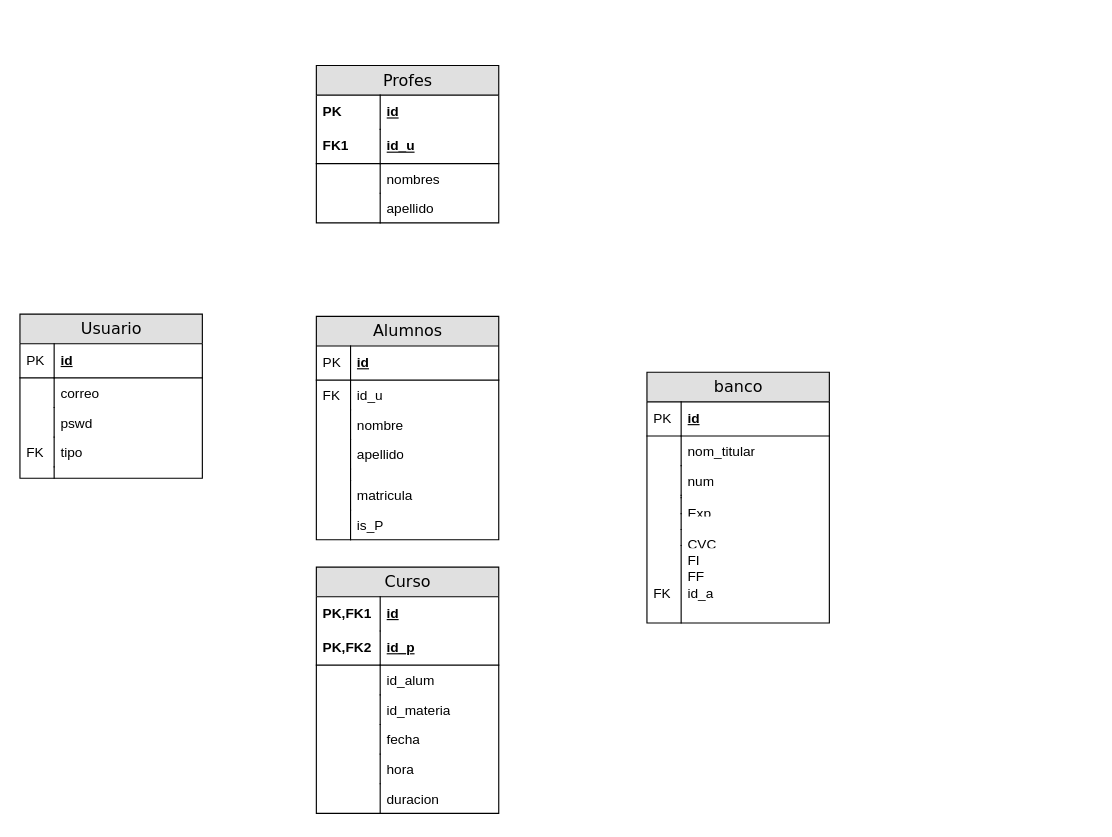
Earlier version of the draw.io diagram Untitled Diagram.drawio (artissce/artissce.github.io). Source tidied: cells renumbered, new cells numbered last; positions are measured from the earlier drawing's top-left corner, leaving out a move shared by most shapes. Both pictures are drawn from the tidied source at 114%, with x=0, y=0 at pixel (19, 65).
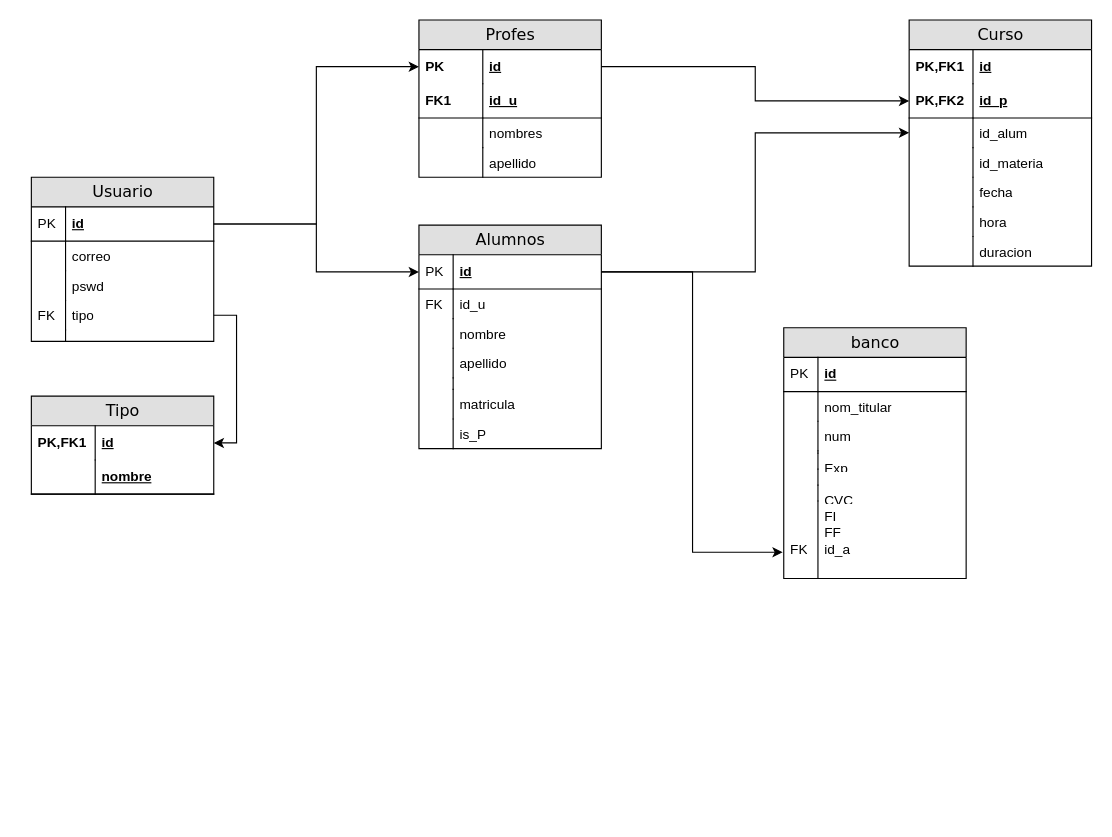
Above is the later version.

Unchanged cells that the change refers to:
```xml
<mxCell id="3" value="id" style="shape=partialRectangle;top=0;left=0;right=0;bottom=0;html=1;align=left;verticalAlign=middle;fillColor=none;spacingLeft=60;spacingRight=4;whiteSpace=wrap;overflow=hidden;points=[[0,0.5],[1,0.5]];portConstraint=eastwest;fontStyle=5;" parent="2" vertex="1">
  <mxGeometry y="26" width="160" height="30" as="geometry" />
</mxCell>
<mxCell id="12" value="id" style="shape=partialRectangle;top=0;left=0;right=0;bottom=1;html=1;align=left;verticalAlign=middle;fillColor=none;spacingLeft=34;spacingRight=4;whiteSpace=wrap;overflow=hidden;points=[[0,0.5],[1,0.5]];portConstraint=eastwest;fontStyle=5;" parent="11" vertex="1">
  <mxGeometry y="26" width="160" height="30" as="geometry" />
</mxCell>
<mxCell id="41" value="FI&lt;div&gt;FF&lt;/div&gt;&lt;div&gt;id_a&lt;/div&gt;" style="shape=partialRectangle;top=0;left=0;right=0;bottom=0;html=1;align=left;verticalAlign=top;fillColor=none;spacingLeft=34;spacingRight=4;whiteSpace=wrap;overflow=hidden;points=[[0,0.5],[1,0.5]];portConstraint=eastwest;" parent="26" vertex="1">
  <mxGeometry y="152" width="160" height="68" as="geometry" />
</mxCell>
<mxCell id="46" value="id_p" style="shape=partialRectangle;top=0;left=0;right=0;bottom=1;html=1;align=left;verticalAlign=middle;fillColor=none;spacingLeft=60;spacingRight=4;whiteSpace=wrap;overflow=hidden;points=[[0,0.5],[1,0.5]];portConstraint=eastwest;fontStyle=5;" parent="43" vertex="1">
  <mxGeometry y="56" width="160" height="30" as="geometry" />
</mxCell>
<mxCell id="48" value="id_alum" style="shape=partialRectangle;top=0;left=0;right=0;bottom=0;html=1;align=left;verticalAlign=top;fillColor=none;spacingLeft=60;spacingRight=4;whiteSpace=wrap;overflow=hidden;points=[[0,0.5],[1,0.5]];portConstraint=eastwest;" parent="43" vertex="1">
  <mxGeometry y="86" width="160" height="26" as="geometry" />
</mxCell>
<mxCell id="59" value="id" style="shape=partialRectangle;top=0;left=0;right=0;bottom=1;html=1;align=left;verticalAlign=middle;fillColor=none;spacingLeft=34;spacingRight=4;whiteSpace=wrap;overflow=hidden;points=[[0,0.5],[1,0.5]];portConstraint=eastwest;fontStyle=5;" parent="58" vertex="1">
  <mxGeometry y="26" width="160" height="30" as="geometry" />
</mxCell>
<mxCell id="65" value="tipo" style="shape=partialRectangle;top=0;left=0;right=0;bottom=0;html=1;align=left;verticalAlign=top;fillColor=none;spacingLeft=34;spacingRight=4;whiteSpace=wrap;overflow=hidden;points=[[0,0.5],[1,0.5]];portConstraint=eastwest;" parent="58" vertex="1">
  <mxGeometry y="108" width="160" height="26" as="geometry" />
</mxCell>
```

The edit, as a diff of the source:
```diff
@@
     <mxCell id="2" value="Profes" style="swimlane;html=1;fontStyle=0;horizontal=1;startSize=26;fillColor=#e0e0e0;swimlaneFillColor=#ffffff;align=center;rounded=0;shadow=0;comic=0;labelBackgroundColor=none;strokeWidth=1;fontFamily=Verdana;fontSize=14;" parent="1" vertex="1">
-      <mxGeometry x="260" width="160" height="138" as="geometry" />
+      <mxGeometry x="350" y="-40" width="160" height="138" as="geometry" />
     </mxCell>
@@
     <mxCell id="11" value="Alumnos" style="swimlane;html=1;fontStyle=0;horizontal=1;startSize=26;fillColor=#e0e0e0;swimlaneFillColor=#ffffff;align=center;rounded=0;shadow=0;comic=0;labelBackgroundColor=none;strokeWidth=1;fontFamily=Verdana;fontSize=14;" parent="1" vertex="1">
-      <mxGeometry x="260" y="220" width="160" height="196" as="geometry" />
+      <mxGeometry x="350" y="140" width="160" height="196" as="geometry" />
     </mxCell>
@@
     <mxCell id="26" value="banco" style="swimlane;html=1;fontStyle=0;horizontal=1;startSize=26;fillColor=#e0e0e0;swimlaneFillColor=#ffffff;align=center;rounded=0;shadow=0;comic=0;labelBackgroundColor=none;strokeWidth=1;fontFamily=Verdana;fontSize=14;" parent="1" vertex="1">
-      <mxGeometry x="550" y="269" width="160" height="220" as="geometry" />
+      <mxGeometry x="670" y="230" width="160" height="220" as="geometry" />
     </mxCell>
@@
+    <mxCell id="69" value="Tipo" style="swimlane;html=1;fontStyle=0;horizontal=1;startSize=26;fillColor=#e0e0e0;swimlaneFillColor=#ffffff;align=center;rounded=0;shadow=0;comic=0;labelBackgroundColor=none;strokeWidth=1;fontFamily=Verdana;fontSize=14;" parent="1" vertex="1">
+      <mxGeometry x="10" y="290" width="160" height="86" as="geometry" />
+    </mxCell>
+    <mxCell id="70" value="id" style="shape=partialRectangle;top=0;left=0;right=0;bottom=0;html=1;align=left;verticalAlign=middle;fillColor=none;spacingLeft=60;spacingRight=4;whiteSpace=wrap;overflow=hidden;points=[[0,0.5],[1,0.5]];portConstraint=eastwest;fontStyle=5;" parent="69" vertex="1">
+      <mxGeometry y="26" width="160" height="30" as="geometry" />
+    </mxCell>
+    <mxCell id="71" value="PK,FK1" style="shape=partialRectangle;fontStyle=1;top=0;left=0;bottom=0;html=1;fillColor=none;align=left;verticalAlign=middle;spacingLeft=4;spacingRight=4;whiteSpace=wrap;overflow=hidden;" parent="70" vertex="1">
+      <mxGeometry width="56" height="30" as="geometry" />
+    </mxCell>
+    <mxCell id="72" value="nombre" style="shape=partialRectangle;top=0;left=0;right=0;bottom=1;html=1;align=left;verticalAlign=middle;fillColor=none;spacingLeft=60;spacingRight=4;whiteSpace=wrap;overflow=hidden;fontStyle=5;" parent="69" vertex="1">
+      <mxGeometry y="56" width="160" height="30" as="geometry" />
+    </mxCell>
+    <mxCell id="73" style="shape=partialRectangle;fontStyle=1;top=0;left=0;bottom=0;html=1;fillColor=none;align=left;verticalAlign=middle;spacingLeft=4;spacingRight=4;whiteSpace=wrap;overflow=hidden;" parent="72" vertex="1">
+      <mxGeometry width="56" height="30" as="geometry" />
+    </mxCell>
     <mxCell id="43" value="Curso" style="swimlane;html=1;fontStyle=0;horizontal=1;startSize=26;fillColor=#e0e0e0;swimlaneFillColor=#ffffff;align=center;rounded=0;shadow=0;comic=0;labelBackgroundColor=none;strokeWidth=1;fontFamily=Verdana;fontSize=14;" parent="1" vertex="1">
-      <mxGeometry x="260" y="440" width="160" height="216" as="geometry" />
+      <mxGeometry x="780" y="-40" width="160" height="216" as="geometry" />
     </mxCell>
@@
     <mxCell id="58" value="Usuario" style="swimlane;html=1;fontStyle=0;horizontal=1;startSize=26;fillColor=#e0e0e0;swimlaneFillColor=#ffffff;align=center;rounded=0;shadow=0;comic=0;labelBackgroundColor=none;strokeWidth=1;fontFamily=Verdana;fontSize=14;" parent="1" vertex="1">
-      <mxGeometry y="218" width="160" height="144" as="geometry" />
+      <mxGeometry x="10" y="98" width="160" height="144" as="geometry" />
     </mxCell>
@@
+    <mxCell id="74" style="edgeStyle=orthogonalEdgeStyle;rounded=0;jettySize=auto;html=1;exitX=1;exitY=0.5;exitDx=0;exitDy=0;entryX=1;entryY=0.5;entryDx=0;entryDy=0;" parent="1" edge="1" source="65" target="70">
+      <mxGeometry relative="1" as="geometry" />
+    </mxCell>
+    <mxCell id="75" style="edgeStyle=orthogonalEdgeStyle;rounded=0;jettySize=auto;html=1;exitX=1;exitY=0.5;exitDx=0;exitDy=0;entryX=0;entryY=0.5;entryDx=0;entryDy=0;" parent="1" edge="1" source="59" target="12">
+      <mxGeometry relative="1" as="geometry" />
+    </mxCell>
+    <mxCell id="76" style="edgeStyle=orthogonalEdgeStyle;rounded=0;jettySize=auto;html=1;exitX=1;exitY=0.5;exitDx=0;exitDy=0;entryX=0;entryY=0.5;entryDx=0;entryDy=0;" parent="1" edge="1" source="59" target="3">
+      <mxGeometry relative="1" as="geometry" />
+    </mxCell>
+    <mxCell id="77" style="edgeStyle=orthogonalEdgeStyle;rounded=0;jettySize=auto;html=1;exitX=1;exitY=0.5;exitDx=0;exitDy=0;entryX=0;entryY=0.5;entryDx=0;entryDy=0;" parent="1" edge="1" source="3" target="46">
+      <mxGeometry relative="1" as="geometry" />
+    </mxCell>
+    <mxCell id="78" style="edgeStyle=orthogonalEdgeStyle;rounded=0;jettySize=auto;html=1;exitX=1;exitY=0.5;exitDx=0;exitDy=0;" parent="1" edge="1" source="12" target="48">
+      <mxGeometry relative="1" as="geometry" />
+    </mxCell>
+    <mxCell id="79" style="edgeStyle=orthogonalEdgeStyle;rounded=0;jettySize=auto;html=1;exitX=1;exitY=0.5;exitDx=0;exitDy=0;entryX=-0.006;entryY=0.661;entryDx=0;entryDy=0;entryPerimeter=0;" parent="1" edge="1" source="12" target="41">
+      <mxGeometry relative="1" as="geometry" />
+    </mxCell>
```
